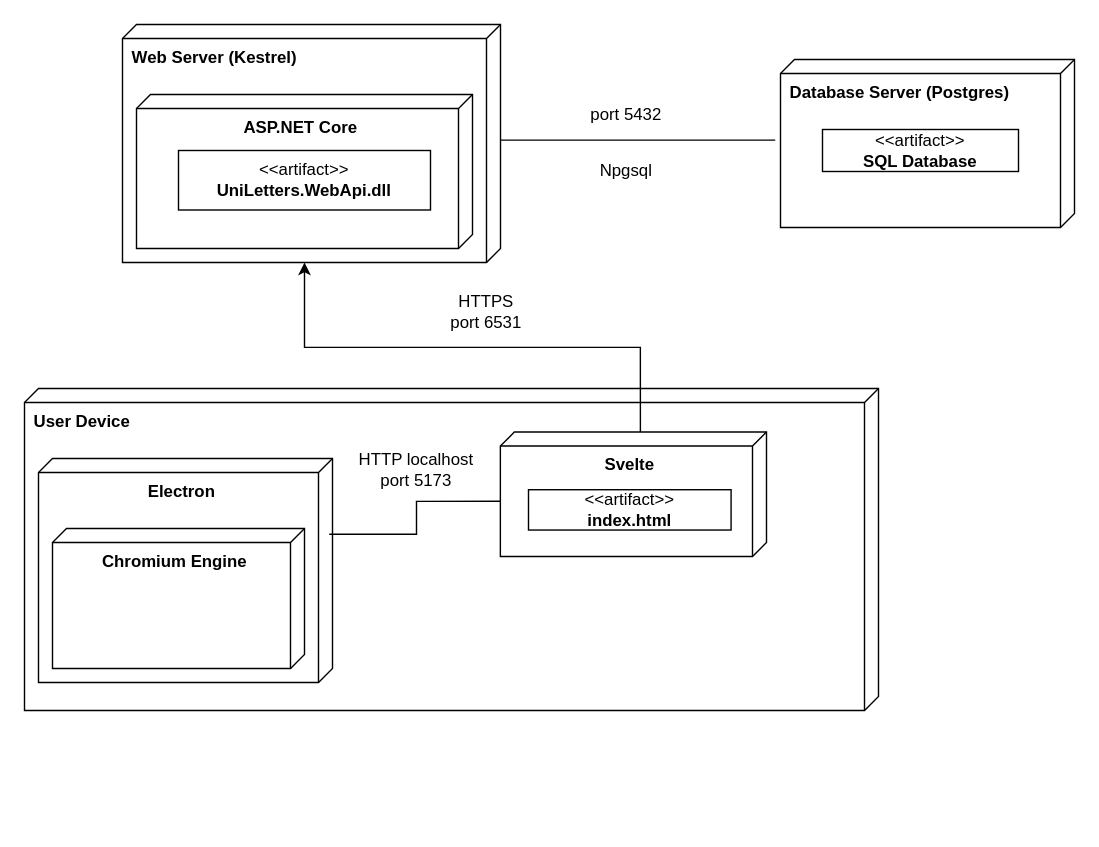
Noveboi/UniLetters.Diagrams keeps this draw.io diagram as Deployment/Deployment.drawio. Above is the earlier version. Source tidied: cells renumbered, new cells numbered last; positions are measured from the earlier drawing's top-left corner, leaving out a move shared by most shapes. Both pictures are drawn from the tidied source at 140%, with x=0, y=0 at pixel (24, 24).
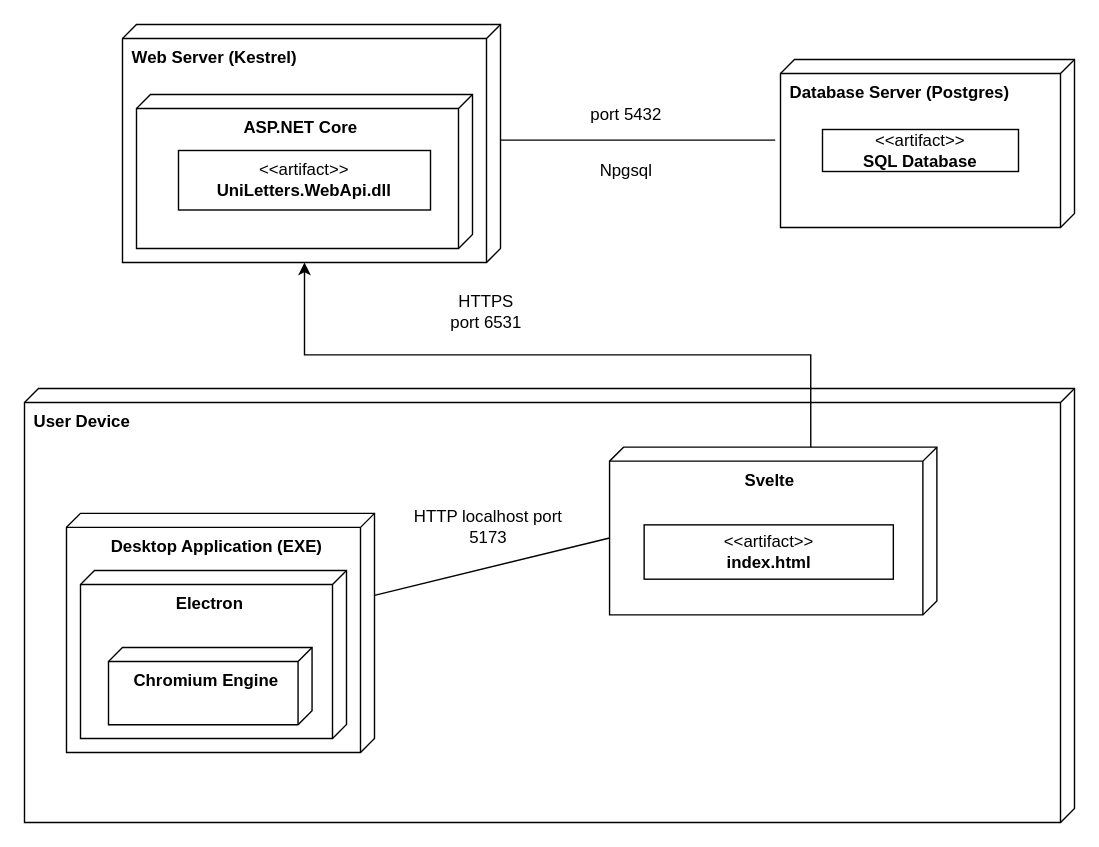
The same page after the edit.

The edit, as a diff of the source:
```diff
@@
     <mxCell id="10" value="&lt;b&gt;User Device&lt;/b&gt;" style="verticalAlign=top;align=left;shape=cube;size=10;direction=south;fontStyle=0;html=1;boundedLbl=1;spacingLeft=5;whiteSpace=wrap;" parent="1" vertex="1">
-      <mxGeometry y="260" width="610" height="230" as="geometry" />
+      <mxGeometry y="260" width="750" height="310" as="geometry" />
     </mxCell>
+    <mxCell id="19" value="&lt;b&gt;Desktop Application (EXE)&lt;/b&gt;" style="verticalAlign=top;align=center;shape=cube;size=10;direction=south;html=1;boundedLbl=1;spacingLeft=5;whiteSpace=wrap;" parent="10" vertex="1">
+      <mxGeometry x="30" y="89.2" width="220" height="170.8" as="geometry" />
+    </mxCell>
     <mxCell id="11" value="&lt;b&gt;Electron&lt;/b&gt;" style="verticalAlign=top;align=center;shape=cube;size=10;direction=south;html=1;boundedLbl=1;spacingLeft=5;whiteSpace=wrap;" parent="10" vertex="1">
-      <mxGeometry width="210" height="160" relative="1" as="geometry">
-        <mxPoint x="10" y="50" as="offset" />
+      <mxGeometry width="190" height="120" relative="1" as="geometry">
+        <mxPoint x="40" y="130" as="offset" />
       </mxGeometry>
     </mxCell>
     <mxCell id="12" value="&lt;b&gt;Svelte&lt;/b&gt;" style="verticalAlign=top;align=center;shape=cube;size=10;direction=south;html=1;boundedLbl=1;spacingLeft=5;whiteSpace=wrap;" parent="10" vertex="1">
-      <mxGeometry x="339.9" y="31.1" width="190.1" height="88.9" as="geometry" />
+      <mxGeometry x="417.9" y="41.9" width="233.8" height="119.8" as="geometry" />
     </mxCell>
     <mxCell id="13" value="&amp;lt;&amp;lt;artifact&amp;gt;&amp;gt;&lt;br&gt;&lt;b&gt;index.html&lt;/b&gt;" style="html=1;align=center;verticalAlign=middle;dashed=0;whiteSpace=wrap;" parent="10" vertex="1">
-      <mxGeometry x="360" y="72.3" width="144.7" height="28.8" as="geometry" />
+      <mxGeometry x="442.6" y="97.4" width="178" height="38.8" as="geometry" />
     </mxCell>
-    <mxCell id="14" style="edgeStyle=orthogonalEdgeStyle;rounded=0;jettySize=auto;html=1;exitX=0.338;exitY=0.011;exitDx=0;exitDy=0;exitPerimeter=0;entryX=0;entryY=0;entryDx=49.46;entryDy=190.14;entryPerimeter=0;endArrow=none;startFill=0;" parent="10" edge="1" source="11" target="12">
-      <mxGeometry relative="1" as="geometry" />
-    </mxCell>
     <mxCell id="15" value="HTTP localhost port 5173" style="text;html=1;align=center;verticalAlign=middle;whiteSpace=wrap;rounded=0;" parent="10" vertex="1">
-      <mxGeometry x="230" y="43.5" width="100" height="28.8" as="geometry" />
+      <mxGeometry x="270" y="80" width="123" height="38.8" as="geometry" />
     </mxCell>
     <mxCell id="16" value="&lt;b&gt;Chromium Engine&lt;/b&gt;" style="verticalAlign=top;align=center;shape=cube;size=10;direction=south;html=1;boundedLbl=1;spacingLeft=5;whiteSpace=wrap;" parent="10" vertex="1">
-      <mxGeometry x="20" y="100" width="180" height="100" as="geometry" />
+      <mxGeometry x="60" y="185" width="145.4" height="55.2" as="geometry" />
     </mxCell>
+    <mxCell id="20" style="edgeStyle=none;curved=0;rounded=0;jettySize=auto;html=1;entryX=0;entryY=0;entryDx=64.92434782608696;entryDy=233.77868852459017;entryPerimeter=0;fontSize=12;startSize=8;endSize=8;endArrow=none;startFill=0;" parent="10" edge="1" source="19" target="12">
+      <mxGeometry relative="1" as="geometry" />
+    </mxCell>
```
